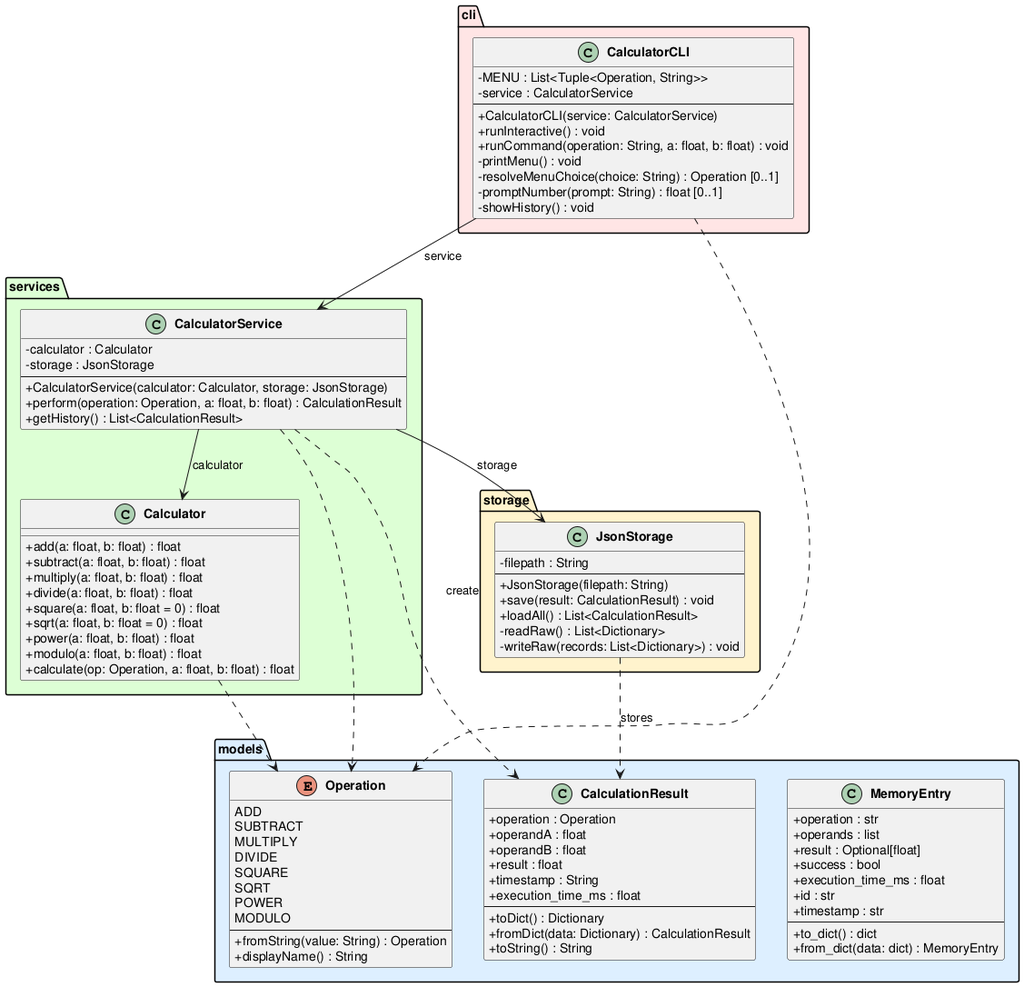
Above: experiments/pipeline/test_driven/calculator/artifacts/class_diagram.png in DanielRiha8906/Software_autoevolution_using_agents (PlantUML), before the change.
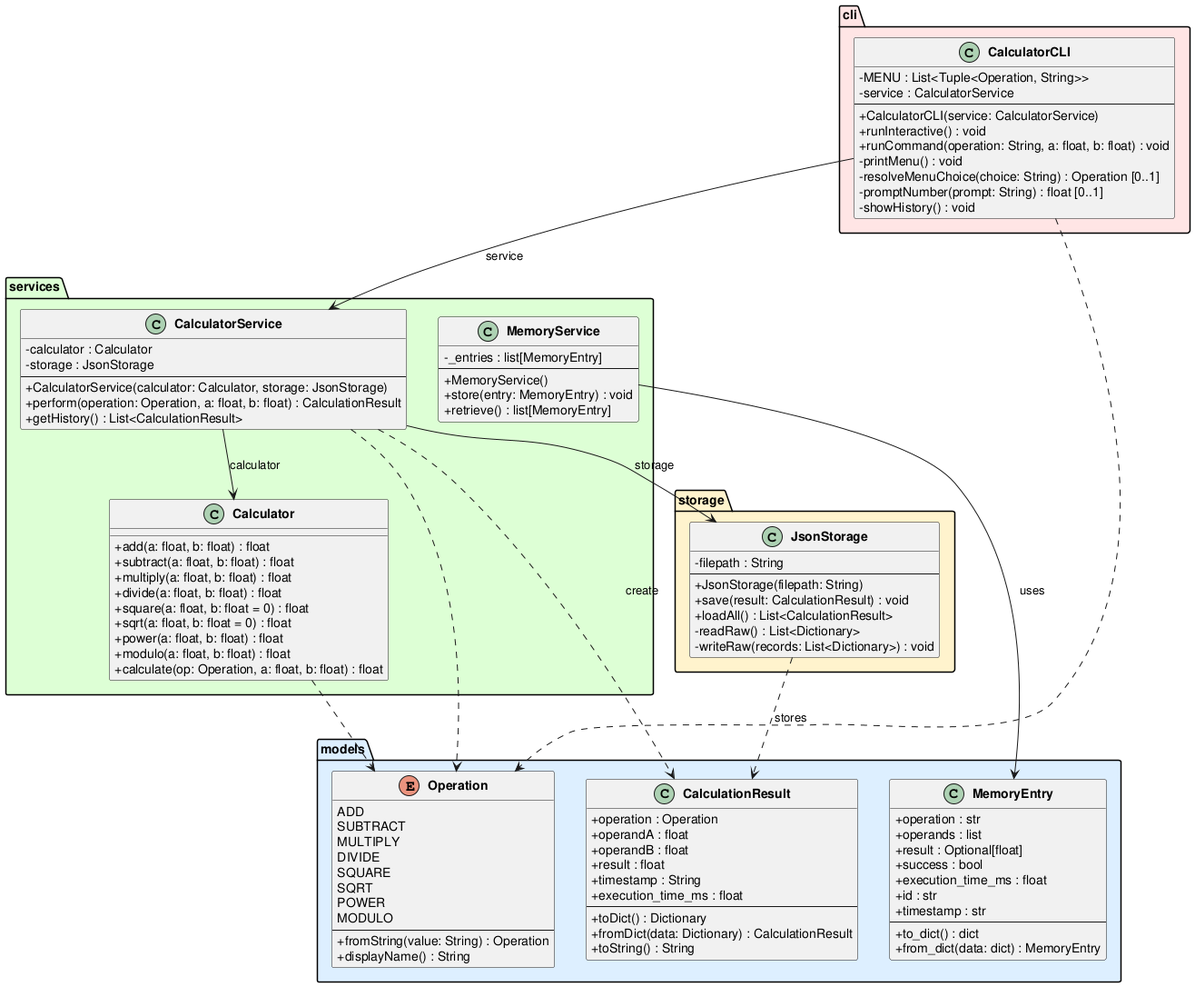
The same file after the commit.

Diff of the diagram source:
```diff
@@ -66,6 +66,14 @@
         +perform(operation: Operation, a: float, b: float) : CalculationResult
         +getHistory() : List<CalculationResult>
     }
+
+    class MemoryService {
+        -_entries : list[MemoryEntry]
+        --
+        +MemoryService()
+        +store(entry: MemoryEntry) : void
+        +retrieve() : list[MemoryEntry]
+    }
 }
 
 package "storage" #FFF3CC {
@@ -105,4 +113,6 @@
 Calculator ..> Operation
 JsonStorage ..> CalculationResult : stores
 
+MemoryService --> MemoryEntry : uses
+
 @enduml
```
